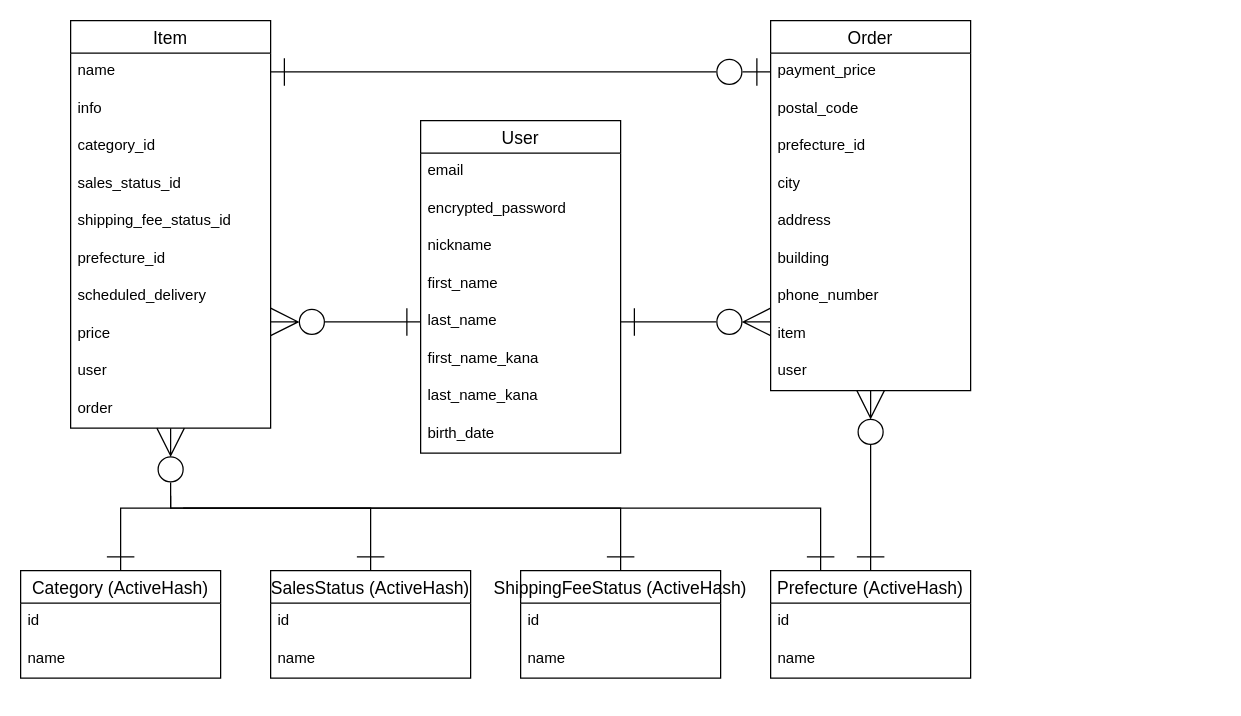
Above: ER.dio in Koji5/furima-39167 (draw.io), before the change. Source tidied: cells renumbered, new cells numbered last; positions are measured from the earlier drawing's top-left corner, leaving out a move shared by most shapes. Both pictures are drawn from the tidied source at 125%, with x=0, y=0 at pixel (20, 20).
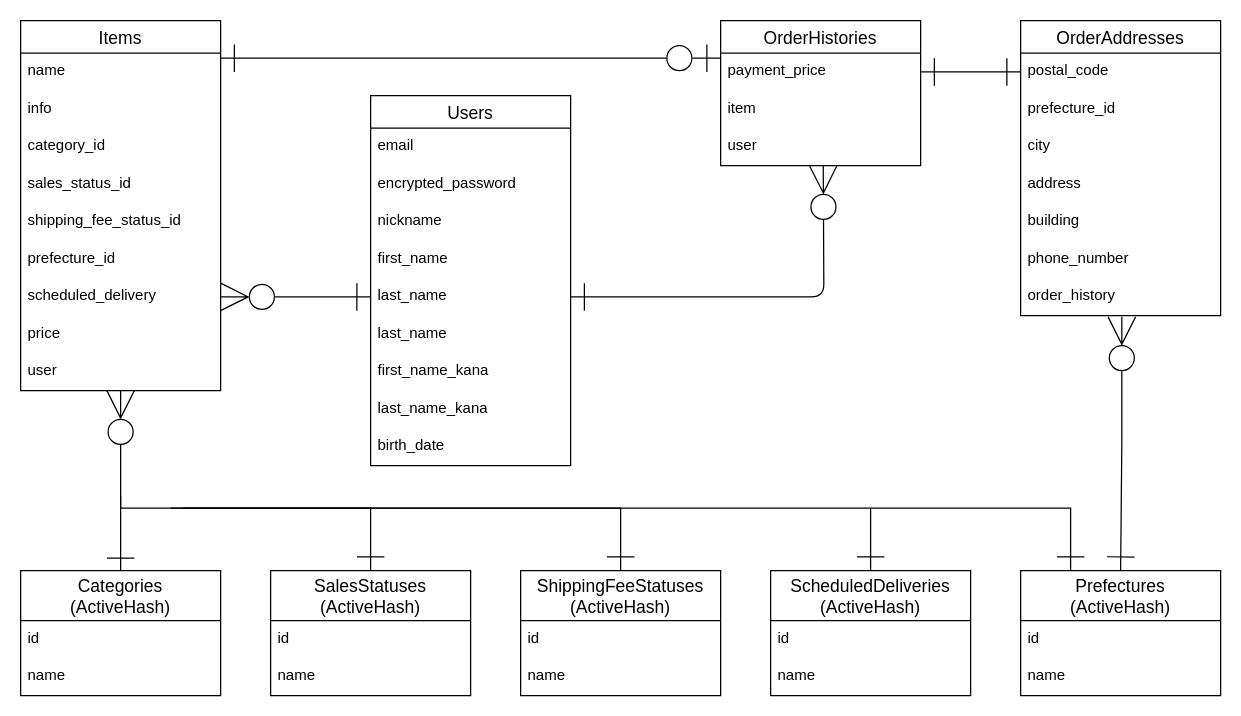
The same diagram, later.

Unchanged cells that the change refers to:
```xml
<mxCell id="8" value="last_name" style="text;strokeColor=none;fillColor=none;spacingLeft=4;spacingRight=4;overflow=hidden;points=[[0,0.5],[1,0.5]];portConstraint=eastwest;fontSize=12;rounded=0;" parent="3" vertex="1">
  <mxGeometry y="146" width="160" height="30" as="geometry" />
</mxCell>
<mxCell id="29" value="name" style="text;strokeColor=none;fillColor=none;spacingLeft=4;spacingRight=4;overflow=hidden;points=[[0,0.5],[1,0.5]];portConstraint=eastwest;fontSize=12;rounded=0;" parent="28" vertex="1">
  <mxGeometry y="26" width="160" height="30" as="geometry" />
</mxCell>
<mxCell id="35" value="scheduled_delivery" style="text;strokeColor=none;fillColor=none;spacingLeft=4;spacingRight=4;overflow=hidden;points=[[0,0.5],[1,0.5]];portConstraint=eastwest;fontSize=12;rounded=0;" parent="28" vertex="1">
  <mxGeometry y="206" width="160" height="30" as="geometry" />
</mxCell>
<mxCell id="36" value="price" style="text;strokeColor=none;fillColor=none;spacingLeft=4;spacingRight=4;overflow=hidden;points=[[0,0.5],[1,0.5]];portConstraint=eastwest;fontSize=12;rounded=0;" parent="28" vertex="1">
  <mxGeometry y="236" width="160" height="30" as="geometry" />
</mxCell>
<mxCell id="40" value="payment_price" style="text;strokeColor=none;fillColor=none;spacingLeft=4;spacingRight=4;overflow=hidden;points=[[0,0.5],[1,0.5]];portConstraint=eastwest;fontSize=12;rounded=0;" parent="39" vertex="1">
  <mxGeometry y="26" width="160" height="30" as="geometry" />
</mxCell>
```

Diff of the diagram source:
```diff
@@
-    <mxCell id="2" style="edgeStyle=elbowEdgeStyle;elbow=vertical;html=1;startArrow=ERzeroToMany;startFill=0;endArrow=ERone;endFill=0;startSize=20;endSize=20;rounded=0;" parent="1" edge="1" source="38">
+    <mxCell id="2" style="edgeStyle=elbowEdgeStyle;elbow=vertical;html=1;startArrow=ERzeroToMany;startFill=0;endArrow=ERone;endFill=0;startSize=20;endSize=20;rounded=0;exitX=0.5;exitY=0.967;exitDx=0;exitDy=0;exitPerimeter=0;" parent="1" edge="1">
       <mxGeometry relative="1" as="geometry">
-        <mxPoint x="80" y="440" as="targetPoint" />
+        <mxPoint x="80" y="296" as="sourcePoint" />
+        <mxPoint x="80" y="441" as="targetPoint" />
         <Array as="points">
-          <mxPoint x="220" y="390" />
-          <mxPoint x="230" y="360" />
+          <mxPoint x="220" y="391" />
+          <mxPoint x="230" y="361" />
         </Array>
       </mxGeometry>
     </mxCell>
-    <mxCell id="3" value="User" style="swimlane;fontStyle=0;horizontal=1;startSize=26;align=center;fontSize=14;rounded=0;" parent="1" vertex="1">
-      <mxGeometry x="320" y="80" width="160" height="266" as="geometry" />
+    <mxCell id="3" value="Users" style="swimlane;fontStyle=0;horizontal=1;startSize=26;align=center;fontSize=14;rounded=0;" parent="1" vertex="1">
+      <mxGeometry x="280" y="60" width="160" height="296" as="geometry" />
     </mxCell>
@@
+    <mxCell id="52" value="last_name" style="text;strokeColor=none;fillColor=none;spacingLeft=4;spacingRight=4;overflow=hidden;fontSize=12;rounded=0;" parent="3" vertex="1">
+      <mxGeometry y="176" width="160" height="30" as="geometry" />
+    </mxCell>
     <mxCell id="9" value="first_name_kana" style="text;strokeColor=none;fillColor=none;spacingLeft=4;spacingRight=4;overflow=hidden;fontSize=12;rounded=0;" parent="3" vertex="1">
-      <mxGeometry y="176" width="160" height="30" as="geometry" />
+      <mxGeometry y="206" width="160" height="30" as="geometry" />
     </mxCell>
     <mxCell id="10" value="last_name_kana" style="text;strokeColor=none;fillColor=none;spacingLeft=4;spacingRight=4;overflow=hidden;fontSize=12;rounded=0;" parent="3" vertex="1">
-      <mxGeometry y="206" width="160" height="30" as="geometry" />
+      <mxGeometry y="236" width="160" height="30" as="geometry" />
     </mxCell>
     <mxCell id="11" value="birth_date" style="text;strokeColor=none;fillColor=none;spacingLeft=4;spacingRight=4;overflow=hidden;fontSize=12;rounded=0;" parent="3" vertex="1">
-      <mxGeometry y="236" width="160" height="30" as="geometry" />
+      <mxGeometry y="266" width="160" height="30" as="geometry" />
     </mxCell>
-    <mxCell id="12" value="Category (ActiveHash)" style="swimlane;fontStyle=0;horizontal=1;startSize=26;align=center;fontSize=14;rounded=0;" parent="1" vertex="1">
-      <mxGeometry y="440" width="160" height="86" as="geometry" />
+    <mxCell id="12" value="Categories&#10;(ActiveHash)" style="swimlane;fontStyle=0;horizontal=1;startSize=40;align=center;fontSize=14;rounded=0;" parent="1" vertex="1">
+      <mxGeometry y="440" width="160" height="100" as="geometry" />
     </mxCell>
     <mxCell id="13" value="id" style="text;strokeColor=none;fillColor=none;spacingLeft=4;spacingRight=4;overflow=hidden;fontSize=12;rounded=0;" parent="12" vertex="1">
-      <mxGeometry y="26" width="160" height="30" as="geometry" />
+      <mxGeometry y="40" width="160" height="30" as="geometry" />
     </mxCell>
     <mxCell id="14" value="name" style="text;strokeColor=none;fillColor=none;spacingLeft=4;spacingRight=4;overflow=hidden;fontSize=12;rounded=0;" parent="12" vertex="1">
-      <mxGeometry y="56" width="160" height="30" as="geometry" />
+      <mxGeometry y="70" width="160" height="30" as="geometry" />
     </mxCell>
-    <mxCell id="15" value="SalesStatus (ActiveHash)" style="swimlane;fontStyle=0;horizontal=1;startSize=26;align=center;fontSize=14;rounded=0;" parent="1" vertex="1">
-      <mxGeometry x="200" y="440" width="160" height="86" as="geometry" />
+    <mxCell id="15" value="SalesStatuses&#10;(ActiveHash)" style="swimlane;fontStyle=0;horizontal=1;startSize=40;align=center;fontSize=14;rounded=0;" parent="1" vertex="1">
+      <mxGeometry x="200" y="440" width="160" height="100" as="geometry" />
     </mxCell>
     <mxCell id="16" value="id" style="text;strokeColor=none;fillColor=none;spacingLeft=4;spacingRight=4;overflow=hidden;fontSize=12;rounded=0;" parent="15" vertex="1">
-      <mxGeometry y="26" width="160" height="30" as="geometry" />
+      <mxGeometry y="40" width="160" height="30" as="geometry" />
     </mxCell>
     <mxCell id="17" value="name" style="text;strokeColor=none;fillColor=none;spacingLeft=4;spacingRight=4;overflow=hidden;fontSize=12;rounded=0;" parent="15" vertex="1">
-      <mxGeometry y="56" width="160" height="30" as="geometry" />
+      <mxGeometry y="70" width="160" height="30" as="geometry" />
     </mxCell>
-    <mxCell id="18" value="ShippingFeeStatus (ActiveHash)" style="swimlane;fontStyle=0;horizontal=1;startSize=26;align=center;fontSize=14;rounded=0;" parent="1" vertex="1">
-      <mxGeometry x="400" y="440" width="160" height="86" as="geometry" />
+    <mxCell id="18" value="ShippingFeeStatuses&#10;(ActiveHash)" style="swimlane;fontStyle=0;horizontal=1;startSize=40;align=center;fontSize=14;rounded=0;" parent="1" vertex="1">
+      <mxGeometry x="400" y="440" width="160" height="100" as="geometry" />
     </mxCell>
     <mxCell id="19" value="id" style="text;strokeColor=none;fillColor=none;spacingLeft=4;spacingRight=4;overflow=hidden;fontSize=12;rounded=0;" parent="18" vertex="1">
-      <mxGeometry y="26" width="160" height="30" as="geometry" />
+      <mxGeometry y="40" width="160" height="30" as="geometry" />
     </mxCell>
     <mxCell id="20" value="name" style="text;strokeColor=none;fillColor=none;spacingLeft=4;spacingRight=4;overflow=hidden;fontSize=12;rounded=0;" parent="18" vertex="1">
-      <mxGeometry y="56" width="160" height="30" as="geometry" />
+      <mxGeometry y="70" width="160" height="30" as="geometry" />
     </mxCell>
-    <mxCell id="21" style="edgeStyle=elbowEdgeStyle;elbow=vertical;html=1;startArrow=ERzeroToMany;startFill=0;endArrow=ERone;endFill=0;startSize=20;endSize=20;entryX=0.5;entryY=0;entryDx=0;entryDy=0;rounded=0;" parent="1" edge="1" source="48" target="22">
+    <mxCell id="21" style="edgeStyle=elbowEdgeStyle;elbow=vertical;html=1;startArrow=ERzeroToMany;startFill=0;endArrow=ERone;endFill=0;startSize=20;endSize=20;entryX=0.5;entryY=0;entryDx=0;entryDy=0;rounded=0;exitX=0.506;exitY=1.033;exitDx=0;exitDy=0;exitPerimeter=0;" parent="1" edge="1" source="54" target="22">
       <mxGeometry relative="1" as="geometry" />
     </mxCell>
-    <mxCell id="22" value="Prefecture (ActiveHash)" style="swimlane;fontStyle=0;horizontal=1;startSize=26;align=center;fontSize=14;rounded=0;" parent="1" vertex="1">
-      <mxGeometry x="600" y="440" width="160" height="86" as="geometry" />
+    <mxCell id="22" value="Prefectures&#10;(ActiveHash)" style="swimlane;fontStyle=0;horizontal=1;startSize=40;align=center;fontSize=14;rounded=0;" parent="1" vertex="1">
+      <mxGeometry x="800" y="440" width="160" height="100" as="geometry" />
     </mxCell>
     <mxCell id="23" value="id" style="text;strokeColor=none;fillColor=none;spacingLeft=4;spacingRight=4;overflow=hidden;fontSize=12;rounded=0;" parent="22" vertex="1">
-      <mxGeometry y="26" width="160" height="30" as="geometry" />
+      <mxGeometry y="40" width="160" height="30" as="geometry" />
     </mxCell>
     <mxCell id="24" value="name" style="text;strokeColor=none;fillColor=none;spacingLeft=4;spacingRight=4;overflow=hidden;fontSize=12;rounded=0;" parent="22" vertex="1">
-      <mxGeometry y="56" width="160" height="30" as="geometry" />
+      <mxGeometry y="70" width="160" height="30" as="geometry" />
     </mxCell>
@@
     <mxCell id="27" style="edgeStyle=elbowEdgeStyle;elbow=vertical;html=1;startArrow=none;startFill=0;endArrow=ERone;endFill=0;startSize=20;endSize=20;entryX=0.25;entryY=0;entryDx=0;entryDy=0;rounded=0;" parent="1" edge="1" target="22">
       <mxGeometry relative="1" as="geometry">
-        <mxPoint x="120" y="380" as="sourcePoint" />
+        <mxPoint x="80" y="380" as="sourcePoint" />
         <Array as="points">
           <mxPoint x="510" y="390" />
         </Array>
       </mxGeometry>
     </mxCell>
-    <mxCell id="28" value="Item" style="swimlane;fontStyle=0;horizontal=1;startSize=26;align=center;fontSize=14;rounded=0;" parent="1" vertex="1">
-      <mxGeometry x="40" width="160" height="326" as="geometry" />
+    <mxCell id="28" value="Items" style="swimlane;fontStyle=0;horizontal=1;startSize=26;align=center;fontSize=14;rounded=0;" parent="1" vertex="1">
+      <mxGeometry width="160" height="296" as="geometry" />
     </mxCell>
@@
-    <mxCell id="38" value="order" style="text;strokeColor=none;fillColor=none;spacingLeft=4;spacingRight=4;overflow=hidden;points=[[0,0.5],[1,0.5]];portConstraint=eastwest;fontSize=12;rounded=0;" parent="28" vertex="1">
-      <mxGeometry y="296" width="160" height="30" as="geometry" />
-    </mxCell>
-    <mxCell id="39" value="Order" style="swimlane;fontStyle=0;horizontal=1;startSize=26;align=center;fontSize=14;rounded=0;" parent="1" vertex="1">
-      <mxGeometry x="600" width="160" height="296" as="geometry" />
+    <mxCell id="39" value="OrderHistories" style="swimlane;fontStyle=0;horizontal=1;startSize=26;align=center;fontSize=14;rounded=0;" parent="1" vertex="1">
+      <mxGeometry x="560" width="160" height="116" as="geometry" />
     </mxCell>
@@
+    <mxCell id="47" value="item" style="text;strokeColor=none;fillColor=none;spacingLeft=4;spacingRight=4;overflow=hidden;points=[[0,0.5],[1,0.5]];portConstraint=eastwest;fontSize=12;rounded=0;" parent="39" vertex="1">
+      <mxGeometry y="56" width="160" height="30" as="geometry" />
+    </mxCell>
+    <mxCell id="48" value="user" style="text;strokeColor=none;fillColor=none;spacingLeft=4;spacingRight=4;overflow=hidden;points=[[0,0.5],[1,0.5]];portConstraint=eastwest;fontSize=12;rounded=0;" parent="39" vertex="1">
+      <mxGeometry y="86" width="160" height="30" as="geometry" />
+    </mxCell>
+    <mxCell id="49" style="edgeStyle=none;html=1;endSize=20;startSize=20;startArrow=ERone;startFill=0;endArrow=ERzeroToOne;endFill=0;" parent="1" edge="1">
+      <mxGeometry relative="1" as="geometry">
+        <mxPoint x="160" y="30" as="sourcePoint" />
+        <mxPoint x="560" y="30" as="targetPoint" />
+      </mxGeometry>
+    </mxCell>
+    <mxCell id="50" style="edgeStyle=none;html=1;exitX=0;exitY=0.5;exitDx=0;exitDy=0;startArrow=ERone;startFill=0;endArrow=ERzeroToMany;endFill=0;startSize=20;endSize=20;entryX=1;entryY=0.5;entryDx=0;entryDy=0;" parent="1" edge="1" source="8" target="35">
+      <mxGeometry relative="1" as="geometry" />
+    </mxCell>
+    <mxCell id="51" style="edgeStyle=orthogonalEdgeStyle;html=1;startArrow=ERone;startFill=0;endArrow=ERzeroToMany;endFill=0;startSize=20;endSize=20;elbow=vertical;entryX=0.513;entryY=1.033;entryDx=0;entryDy=0;entryPerimeter=0;exitX=1;exitY=0.5;exitDx=0;exitDy=0;" parent="1" edge="1" source="8">
+      <mxGeometry relative="1" as="geometry">
+        <mxPoint x="642.1" y="116" as="targetPoint" />
+      </mxGeometry>
+    </mxCell>
+    <mxCell id="53" value="OrderAddresses" style="swimlane;fontStyle=0;horizontal=1;startSize=26;align=center;fontSize=14;" parent="1" vertex="1">
+      <mxGeometry x="800" width="160" height="236" as="geometry" />
+    </mxCell>
-    <mxCell id="41" value="postal_code" style="text;strokeColor=none;fillColor=none;spacingLeft=4;spacingRight=4;overflow=hidden;points=[[0,0.5],[1,0.5]];portConstraint=eastwest;fontSize=12;rounded=0;" parent="39" vertex="1">
-      <mxGeometry y="56" width="160" height="30" as="geometry" />
+    <mxCell id="41" value="postal_code" style="text;strokeColor=none;fillColor=none;spacingLeft=4;spacingRight=4;overflow=hidden;points=[[0,0.5],[1,0.5]];portConstraint=eastwest;fontSize=12;rounded=0;" parent="53" vertex="1">
+      <mxGeometry y="26" width="160" height="30" as="geometry" />
     </mxCell>
-    <mxCell id="42" value="prefecture_id" style="text;strokeColor=none;fillColor=none;spacingLeft=4;spacingRight=4;overflow=hidden;fontSize=12;rounded=0;" parent="39" vertex="1">
-      <mxGeometry y="86" width="160" height="30" as="geometry" />
+    <mxCell id="42" value="prefecture_id" style="text;strokeColor=none;fillColor=none;spacingLeft=4;spacingRight=4;overflow=hidden;fontSize=12;rounded=0;" parent="53" vertex="1">
+      <mxGeometry y="56" width="160" height="30" as="geometry" />
     </mxCell>
-    <mxCell id="43" value="city" style="text;strokeColor=none;fillColor=none;spacingLeft=4;spacingRight=4;overflow=hidden;fontSize=12;rounded=0;" parent="39" vertex="1">
-      <mxGeometry y="116" width="160" height="30" as="geometry" />
+    <mxCell id="43" value="city" style="text;strokeColor=none;fillColor=none;spacingLeft=4;spacingRight=4;overflow=hidden;fontSize=12;rounded=0;" parent="53" vertex="1">
+      <mxGeometry y="86" width="160" height="30" as="geometry" />
     </mxCell>
-    <mxCell id="44" value="address" style="text;strokeColor=none;fillColor=none;spacingLeft=4;spacingRight=4;overflow=hidden;fontSize=12;rounded=0;" parent="39" vertex="1">
-      <mxGeometry y="146" width="160" height="30" as="geometry" />
+    <mxCell id="44" value="address" style="text;strokeColor=none;fillColor=none;spacingLeft=4;spacingRight=4;overflow=hidden;fontSize=12;rounded=0;" parent="53" vertex="1">
+      <mxGeometry y="116" width="160" height="30" as="geometry" />
     </mxCell>
-    <mxCell id="45" value="building" style="text;strokeColor=none;fillColor=none;spacingLeft=4;spacingRight=4;overflow=hidden;fontSize=12;rounded=0;" parent="39" vertex="1">
-      <mxGeometry y="176" width="160" height="30" as="geometry" />
+    <mxCell id="45" value="building" style="text;strokeColor=none;fillColor=none;spacingLeft=4;spacingRight=4;overflow=hidden;fontSize=12;rounded=0;" parent="53" vertex="1">
+      <mxGeometry y="146" width="160" height="30" as="geometry" />
     </mxCell>
-    <mxCell id="46" value="phone_number" style="text;strokeColor=none;fillColor=none;spacingLeft=4;spacingRight=4;overflow=hidden;fontSize=12;rounded=0;" parent="39" vertex="1">
-      <mxGeometry y="206" width="160" height="30" as="geometry" />
+    <mxCell id="46" value="phone_number" style="text;strokeColor=none;fillColor=none;spacingLeft=4;spacingRight=4;overflow=hidden;fontSize=12;rounded=0;" parent="53" vertex="1">
+      <mxGeometry y="176" width="160" height="30" as="geometry" />
     </mxCell>
-    <mxCell id="47" value="item" style="text;strokeColor=none;fillColor=none;spacingLeft=4;spacingRight=4;overflow=hidden;points=[[0,0.5],[1,0.5]];portConstraint=eastwest;fontSize=12;rounded=0;" parent="39" vertex="1">
-      <mxGeometry y="236" width="160" height="30" as="geometry" />
-    </mxCell>
-    <mxCell id="48" value="user" style="text;strokeColor=none;fillColor=none;spacingLeft=4;spacingRight=4;overflow=hidden;points=[[0,0.5],[1,0.5]];portConstraint=eastwest;fontSize=12;rounded=0;" parent="39" vertex="1">
-      <mxGeometry y="266" width="160" height="30" as="geometry" />
-    </mxCell>
-    <mxCell id="49" style="edgeStyle=none;html=1;exitX=1;exitY=0.5;exitDx=0;exitDy=0;endSize=20;startSize=20;startArrow=ERone;startFill=0;endArrow=ERzeroToOne;endFill=0;" parent="1" edge="1" source="29" target="40">
-      <mxGeometry relative="1" as="geometry" />
-    </mxCell>
-    <mxCell id="50" style="edgeStyle=none;html=1;exitX=0;exitY=0.5;exitDx=0;exitDy=0;entryX=1;entryY=0.167;entryDx=0;entryDy=0;entryPerimeter=0;startArrow=ERone;startFill=0;endArrow=ERzeroToMany;endFill=0;startSize=20;endSize=20;" parent="1" edge="1" source="8" target="36">
-      <mxGeometry relative="1" as="geometry" />
-    </mxCell>
-    <mxCell id="51" style="edgeStyle=none;html=1;exitX=1;exitY=0.5;exitDx=0;exitDy=0;entryX=0;entryY=0.167;entryDx=0;entryDy=0;entryPerimeter=0;startArrow=ERone;startFill=0;endArrow=ERzeroToMany;endFill=0;startSize=20;endSize=20;" parent="1" edge="1" source="8" target="47">
-      <mxGeometry relative="1" as="geometry" />
-    </mxCell>
+    <mxCell id="54" value="order_history" style="text;strokeColor=none;fillColor=none;spacingLeft=4;spacingRight=4;overflow=hidden;points=[[0,0.5],[1,0.5]];portConstraint=eastwest;fontSize=12;rounded=0;" parent="53" vertex="1">
+      <mxGeometry y="206" width="160" height="30" as="geometry" />
+    </mxCell>
+    <mxCell id="55" style="edgeStyle=orthogonalEdgeStyle;html=1;exitX=0.5;exitY=0;exitDx=0;exitDy=0;elbow=vertical;endArrow=none;endFill=0;startArrow=ERone;startFill=0;endSize=20;startSize=20;" parent="1" edge="1" source="56">
+      <mxGeometry relative="1" as="geometry">
+        <mxPoint x="680" y="390" as="targetPoint" />
+      </mxGeometry>
+    </mxCell>
+    <mxCell id="56" value="ScheduledDeliveries&#10;(ActiveHash)" style="swimlane;fontStyle=0;horizontal=1;startSize=40;align=center;fontSize=14;rounded=0;" parent="1" vertex="1">
+      <mxGeometry x="600" y="440" width="160" height="100" as="geometry" />
+    </mxCell>
+    <mxCell id="57" value="id" style="text;strokeColor=none;fillColor=none;spacingLeft=4;spacingRight=4;overflow=hidden;fontSize=12;rounded=0;" parent="56" vertex="1">
+      <mxGeometry y="40" width="160" height="30" as="geometry" />
+    </mxCell>
+    <mxCell id="58" value="name" style="text;strokeColor=none;fillColor=none;spacingLeft=4;spacingRight=4;overflow=hidden;fontSize=12;rounded=0;" parent="56" vertex="1">
+      <mxGeometry y="70" width="160" height="30" as="geometry" />
+    </mxCell>
+    <mxCell id="59" style="edgeStyle=orthogonalEdgeStyle;html=1;exitX=0;exitY=0.5;exitDx=0;exitDy=0;entryX=1;entryY=0.5;entryDx=0;entryDy=0;startArrow=ERone;startFill=0;endArrow=ERone;endFill=0;startSize=20;endSize=20;elbow=vertical;" parent="1" edge="1" source="41" target="40">
+      <mxGeometry relative="1" as="geometry" />
+    </mxCell>
```
